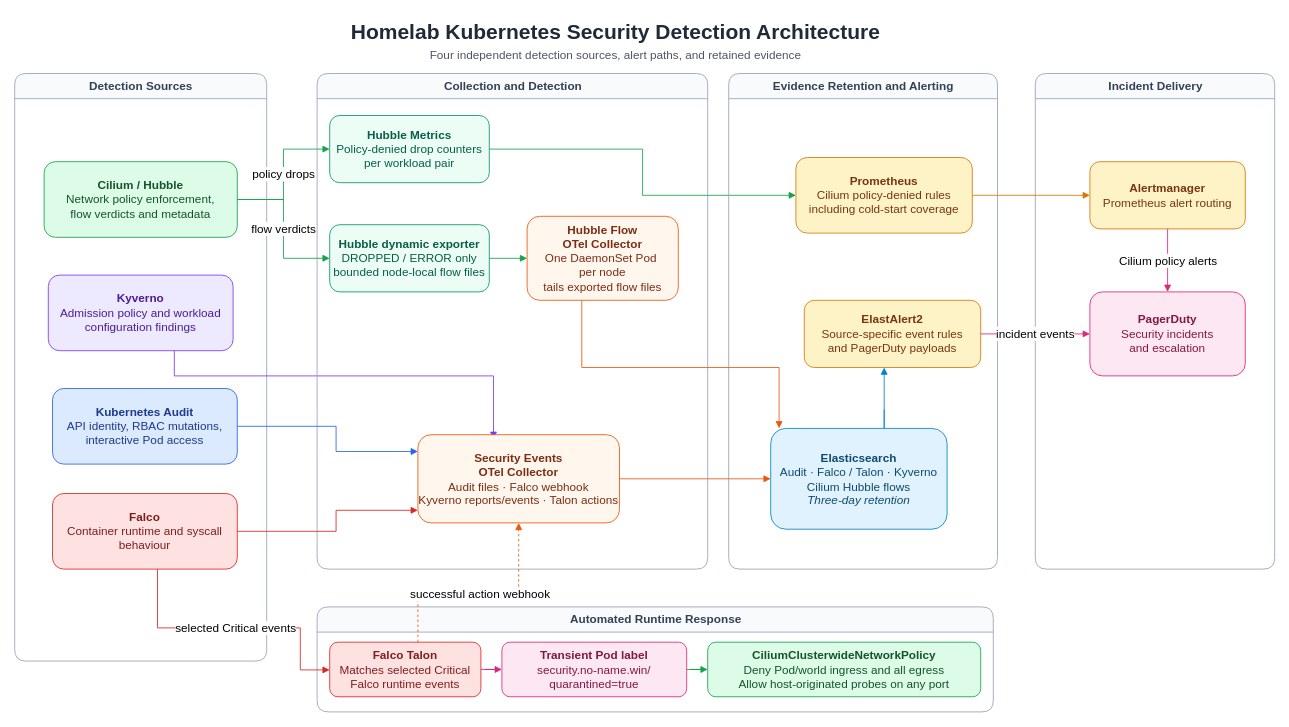
EmrhT/ultimate-iac keeps this draw.io diagram as visual/security-detection-architecture.drawio. Above is the earlier version. Source tidied: cells renumbered, new cells numbered last; positions are measured from the earlier drawing's top-left corner, leaving out a move shared by most shapes. Both pictures are drawn from the tidied source at 84%, with x=0, y=0 at pixel (14, 14).
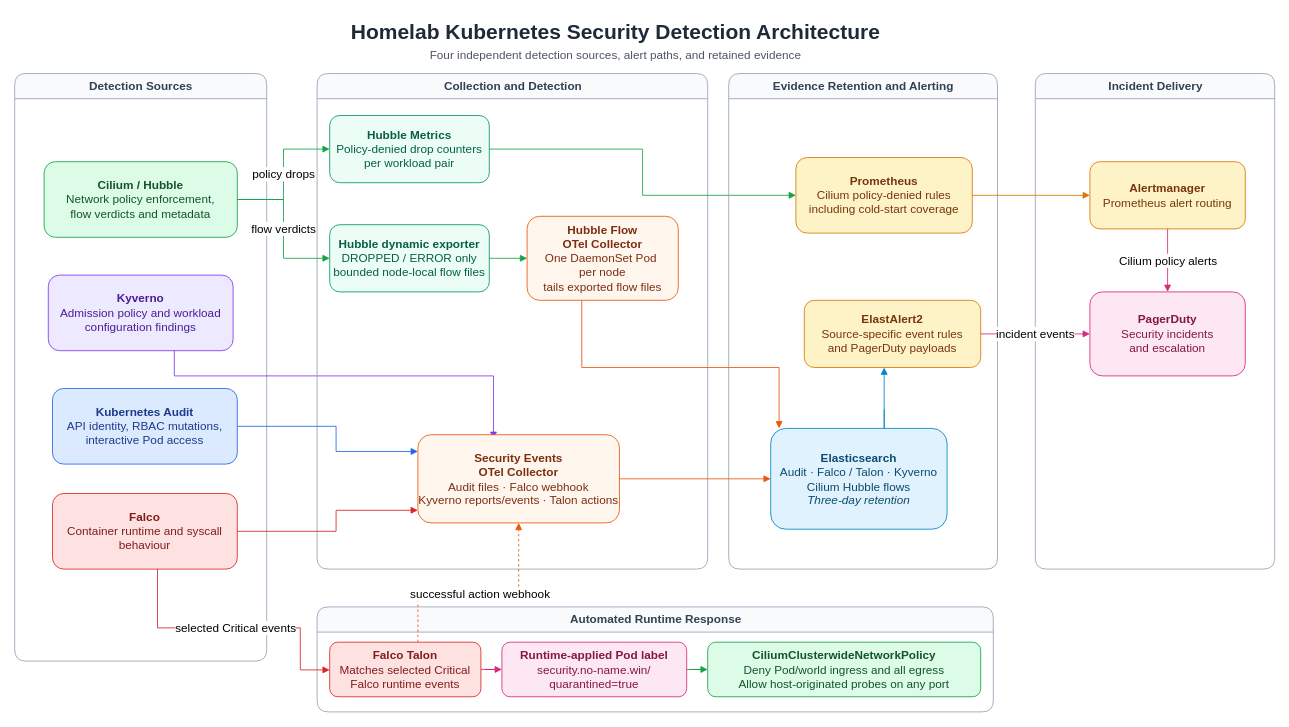
Above is the later version.

Unchanged cells that the change refers to:
```xml
<mxCell id="13" value="Automated Runtime Response" style="swimlane;html=1;rounded=1;startSize=30;fillColor=#F8FAFC;strokeColor=#94A3B8;fontStyle=1;fontColor=#334155;fontSize=14;" parent="7" vertex="1">
  <mxGeometry y="635" width="805" height="125" as="geometry" />
</mxCell>
```

Change to the diagram source:
```diff
@@
-    <mxCell id="15" value="&lt;b&gt;Transient Pod label&lt;/b&gt;&lt;br&gt;&lt;font&gt;security.no-name.win/&lt;br&gt;quarantined=true&lt;/font&gt;" style="rounded=1;whiteSpace=wrap;html=1;fillColor=#FCE7F3;strokeColor=#DB2777;fontColor=#831843;fontSize=14;" parent="13" vertex="1">
+    <mxCell id="15" value="&lt;b&gt;Runtime-applied Pod label&lt;/b&gt;&lt;br&gt;&lt;font&gt;security.no-name.win/&lt;br&gt;quarantined=true&lt;/font&gt;" style="rounded=1;whiteSpace=wrap;html=1;fillColor=#FCE7F3;strokeColor=#DB2777;fontColor=#831843;fontSize=14;" parent="13" vertex="1">
       <mxGeometry x="220" y="42" width="220" height="65" as="geometry" />
     </mxCell>
```
